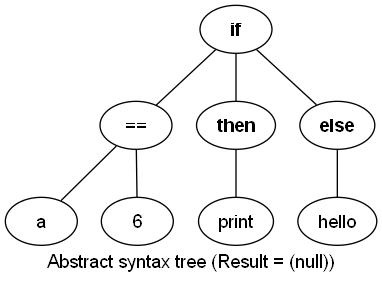
Above: ash/output.png in Xitog/ash (Graphviz), before the change. Its source is kept beside it as ash/output.dot.
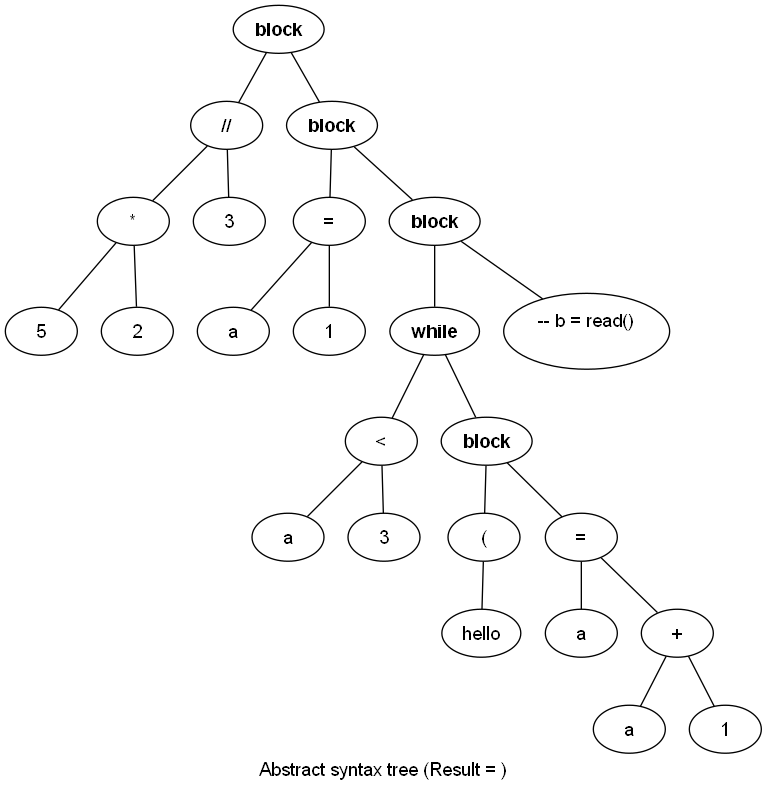
After the change.

Change to the diagram source:
```diff
@@ -2,31 +2,80 @@
 {
     fontname="Helvetica,Arial,sans-serif"
     node [fontname="Helvetica,Arial,sans-serif"]
-    label = "Abstract syntax tree (Result = (null))"
+    label = "Abstract syntax tree (Result = )"
     subgraph s1
     {
         n1 ;
-        n1 [label="if" fontname="Helvetica,Arial,sans-serif bold"]
+        n1 [label="block" fontname="Helvetica,Arial,sans-serif bold"]
         n2 ;
-        n2 [label="=="]
+        n2 [label="//"]
         n1 -- n2 ;
         n3 ;
-        n3 [label="a"]
+        n3 [label="*"]
         n2 -- n3 ;
         n4 ;
-        n4 [label="6"]
-        n2 -- n4 ;
+        n4 [label="5"]
+        n3 -- n4 ;
         n5 ;
-        n5 [label="then" fontname="Helvetica,Arial,sans-serif bold"]
-        n1 -- n5 ;
+        n5 [label="2"]
+        n3 -- n5 ;
         n6 ;
-        n6 [label="print"]
-        n5 -- n6 ;
+        n6 [label="3"]
+        n2 -- n6 ;
         n7 ;
-        n7 [label="else" fontname="Helvetica,Arial,sans-serif bold"]
+        n7 [label="block" fontname="Helvetica,Arial,sans-serif bold"]
         n1 -- n7 ;
         n8 ;
-        n8 [label="hello"]
+        n8 [label="="]
         n7 -- n8 ;
+        n9 ;
+        n9 [label="a"]
+        n8 -- n9 ;
+        n10 ;
+        n10 [label="1"]
+        n8 -- n10 ;
+        n11 ;
+        n11 [label="block" fontname="Helvetica,Arial,sans-serif bold"]
+        n7 -- n11 ;
+        n12 ;
+        n12 [label="while" fontname="Helvetica,Arial,sans-serif bold"]
+        n11 -- n12 ;
+        n13 ;
+        n13 [label="<"]
+        n12 -- n13 ;
+        n14 ;
+        n14 [label="a"]
+        n13 -- n14 ;
+        n15 ;
+        n15 [label="3"]
+        n13 -- n15 ;
+        n16 ;
+        n16 [label="block" fontname="Helvetica,Arial,sans-serif bold"]
+        n12 -- n16 ;
+        n17 ;
+        n17 [label="("]
+        n16 -- n17 ;
+        n18 ;
+        n18 [label="hello"]
+        n17 -- n18 ;
+        n19 ;
+        n19 [label="="]
+        n16 -- n19 ;
+        n20 ;
+        n20 [label="a"]
+        n19 -- n20 ;
+        n21 ;
+        n21 [label="+"]
+        n19 -- n21 ;
+        n22 ;
+        n22 [label="a"]
+        n21 -- n22 ;
+        n23 ;
+        n23 [label="1"]
+        n21 -- n23 ;
+        n24 ;
+        n24 [label="-- b = read()
+"]
+        n11 -- n24 ;
     }
 }
```
